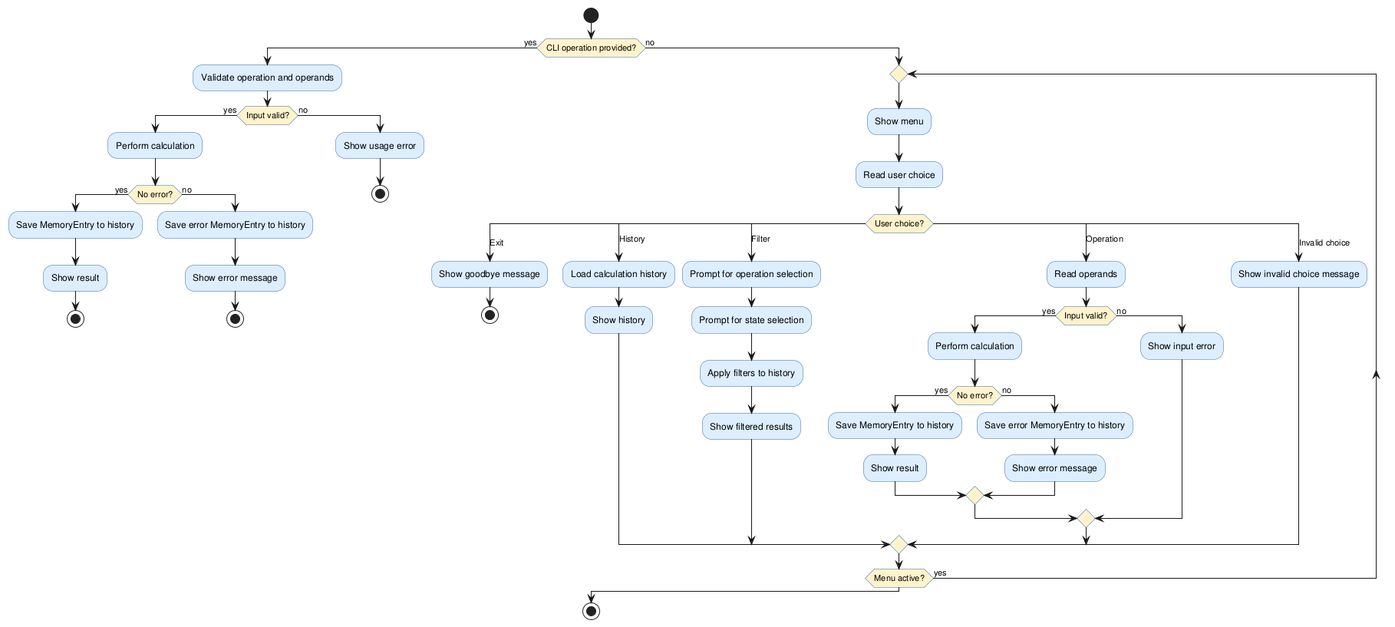
Earlier version of the PlantUML export experiments/pipeline/user_stories/calculator/artifacts/activity_diagram.png (DanielRiha8906/Software_autoevolution_using_agents).
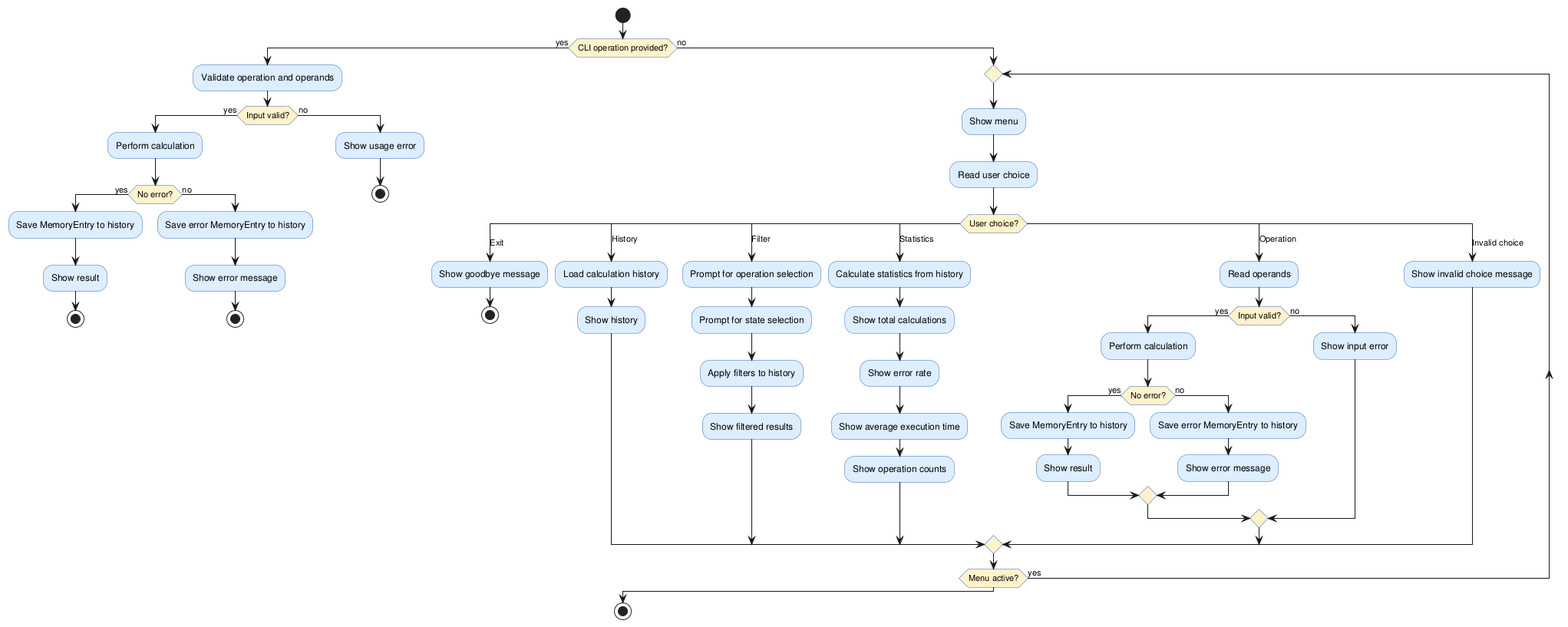
Later version of the same file.

What changed in the source:
```diff
@@ -50,6 +50,13 @@
         :Apply filters to history;
         :Show filtered results;
 
+      case (Statistics)
+        :Calculate statistics from history;
+        :Show total calculations;
+        :Show error rate;
+        :Show average execution time;
+        :Show operation counts;
+
       case (Operation)
         :Read operands;
 
```
